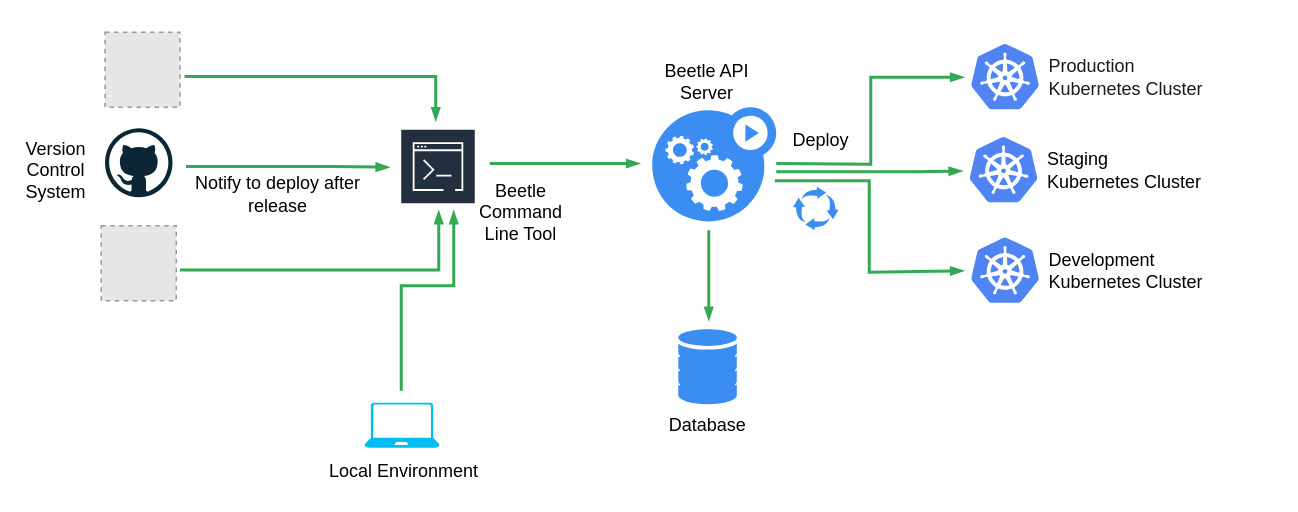
The draw.io diagram assets/img/chart.drawio in Clivern/Beetle, before the edit. Source tidied: cells renumbered, new cells numbered last; positions are measured from the earlier drawing's top-left corner, leaving out a move shared by most shapes. Both pictures are drawn from the tidied source at 150%, with x=0, y=0 at pixel (26, 32). Pictures stored in the file or linked from it are replaced by grey dashed boxes.
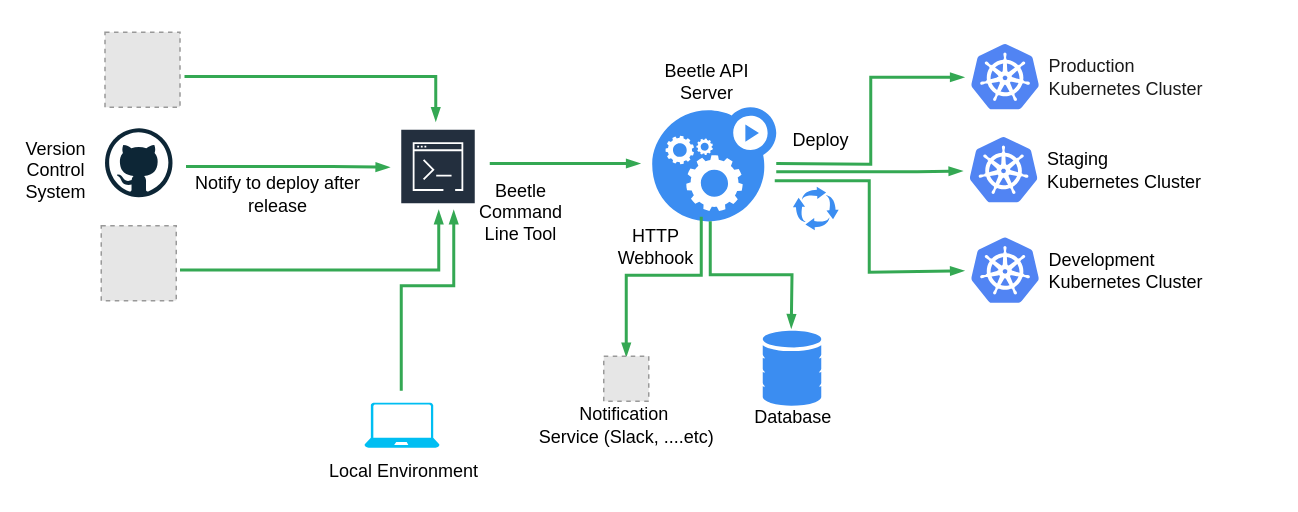
The same diagram, later.

Commit message (it also covers changes not shown here):
add webhooks to chart

The change refers to these unchanged cells:
```xml
<mxCell id="11" style="html=1;strokeColor=none;shadow=0;align=center;verticalAlign=top;fillColor=#3B8DF1;shape=mxgraph.gcp2.gear_load;fontColor=#000000;" parent="1" vertex="1">
  <mxGeometry x="417.3" y="50" width="82.7" height="76.1" as="geometry" />
</mxCell>
```

Change to the diagram source:
```diff
@@
     <mxCell id="10" style="html=1;strokeColor=none;shadow=0;align=center;verticalAlign=top;fillColor=#3B8DF1;shape=mxgraph.gcp2.database_2;" parent="1" vertex="1">
-      <mxGeometry x="434.7" y="198" width="39" height="50" as="geometry" />
+      <mxGeometry x="491" y="199" width="39" height="50" as="geometry" />
     </mxCell>
@@
-    <mxCell id="18" style="edgeStyle=orthogonalEdgeStyle;fontSize=12;html=1;endArrow=blockThin;endFill=1;rounded=0;strokeWidth=2;endSize=4;startSize=4;strokeColor=#34A853;dashed=0;" parent="1" edge="1">
+    <mxCell id="18" style="edgeStyle=orthogonalEdgeStyle;fontSize=12;html=1;endArrow=blockThin;endFill=1;rounded=0;strokeWidth=2;endSize=4;startSize=4;strokeColor=#34A853;dashed=0;exitX=0.468;exitY=0.999;exitDx=0;exitDy=0;exitPerimeter=0;" parent="1" edge="1" source="11">
       <mxGeometry relative="1" as="geometry">
-        <mxPoint x="455" y="132" as="sourcePoint" />
-        <mxPoint x="455" y="192" as="targetPoint" />
+        <mxPoint x="510" y="197" as="targetPoint" />
       </mxGeometry>
     </mxCell>
@@
     <mxCell id="24" value="Database" style="text;html=1;strokeColor=none;fillColor=none;align=center;verticalAlign=middle;whiteSpace=wrap;rounded=0;fontColor=#000000;" parent="1" vertex="1">
-      <mxGeometry x="438.6" y="257" width="31.4" height="10" as="geometry" />
+      <mxGeometry x="495.8" y="252" width="31.4" height="10" as="geometry" />
     </mxCell>
@@
+    <mxCell id="34" style="edgeStyle=orthogonalEdgeStyle;fontSize=12;html=1;endArrow=blockThin;endFill=1;rounded=0;strokeWidth=2;endSize=4;startSize=4;strokeColor=#34A853;dashed=0;exitX=0.383;exitY=0.933;exitDx=0;exitDy=0;exitPerimeter=0;entryX=0.5;entryY=0;entryDx=0;entryDy=0;" parent="1" edge="1" target="35">
+      <mxGeometry relative="1" as="geometry">
+        <mxPoint x="449" y="124" as="sourcePoint" />
+        <Array as="points">
+          <mxPoint x="450" y="124" />
+          <mxPoint x="450" y="162" />
+          <mxPoint x="400" y="162" />
+        </Array>
+      </mxGeometry>
+    </mxCell>
+    <mxCell id="35" style="fillColor=#E6E6E6;strokeColor=#999999;dashed=1;html=1;verticalAlign=top;verticalLabelPosition=bottom;labelBackgroundColor=#ffffff;" parent="1" vertex="1">
+      <mxGeometry x="385" y="216" width="30" height="30" as="geometry" />
+    </mxCell>
+    <mxCell id="36" value="Notification&amp;nbsp;&lt;br&gt;Service (Slack, ....etc)" style="text;html=1;strokeColor=none;fillColor=none;align=center;verticalAlign=middle;whiteSpace=wrap;rounded=0;fontColor=#000000;" parent="1" vertex="1">
+      <mxGeometry x="323.6" y="257" width="152.7" height="10" as="geometry" />
+    </mxCell>
+    <mxCell id="37" value="HTTP Webhook" style="text;html=1;strokeColor=none;fillColor=none;align=center;verticalAlign=middle;whiteSpace=wrap;rounded=0;" parent="1" vertex="1">
+      <mxGeometry x="400" y="133" width="40" height="20" as="geometry" />
+    </mxCell>
```
